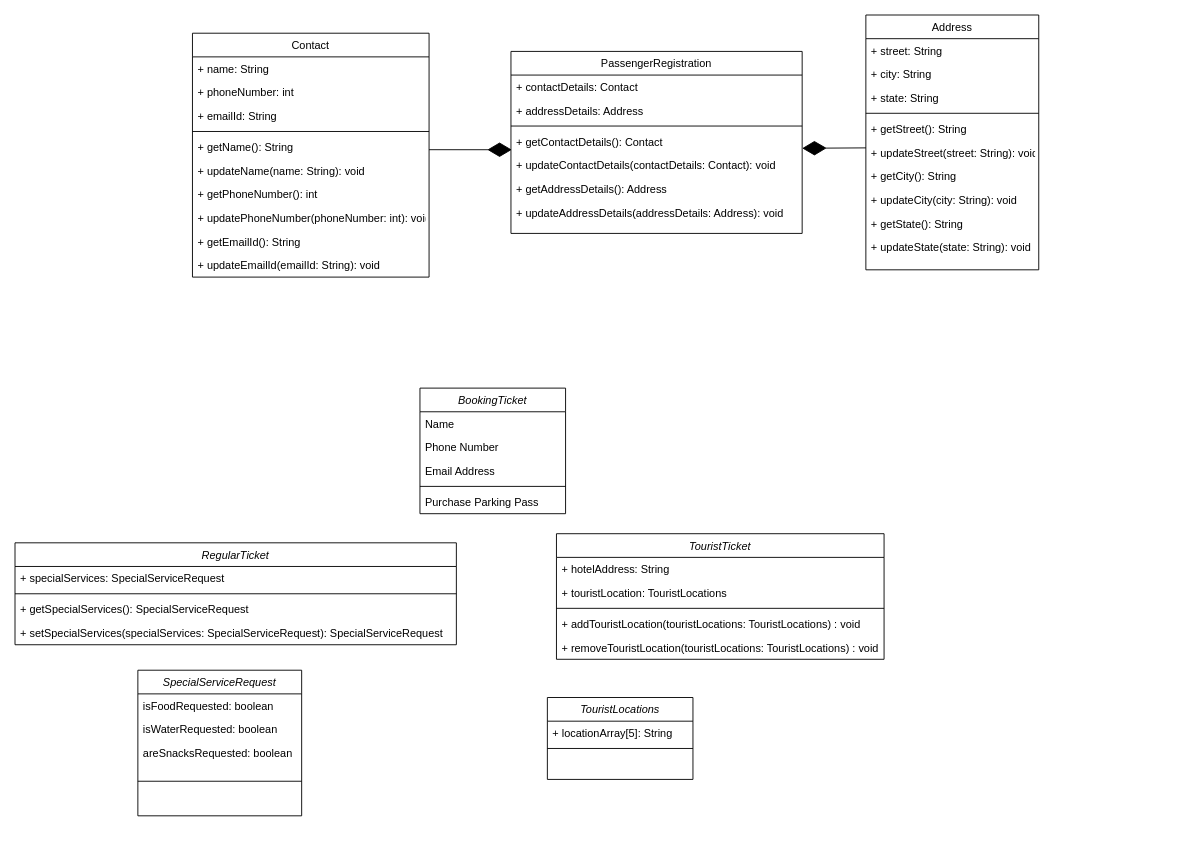
Before: Flight Reservation System.drawio in SaiArjunL/my_repo, a draw.io diagram. Source tidied: cells renumbered, new cells numbered last; positions are measured from the earlier drawing's top-left corner, leaving out a move shared by most shapes. Both pictures are drawn from the tidied source at 91%, with x=0, y=0 at pixel (15, 15).
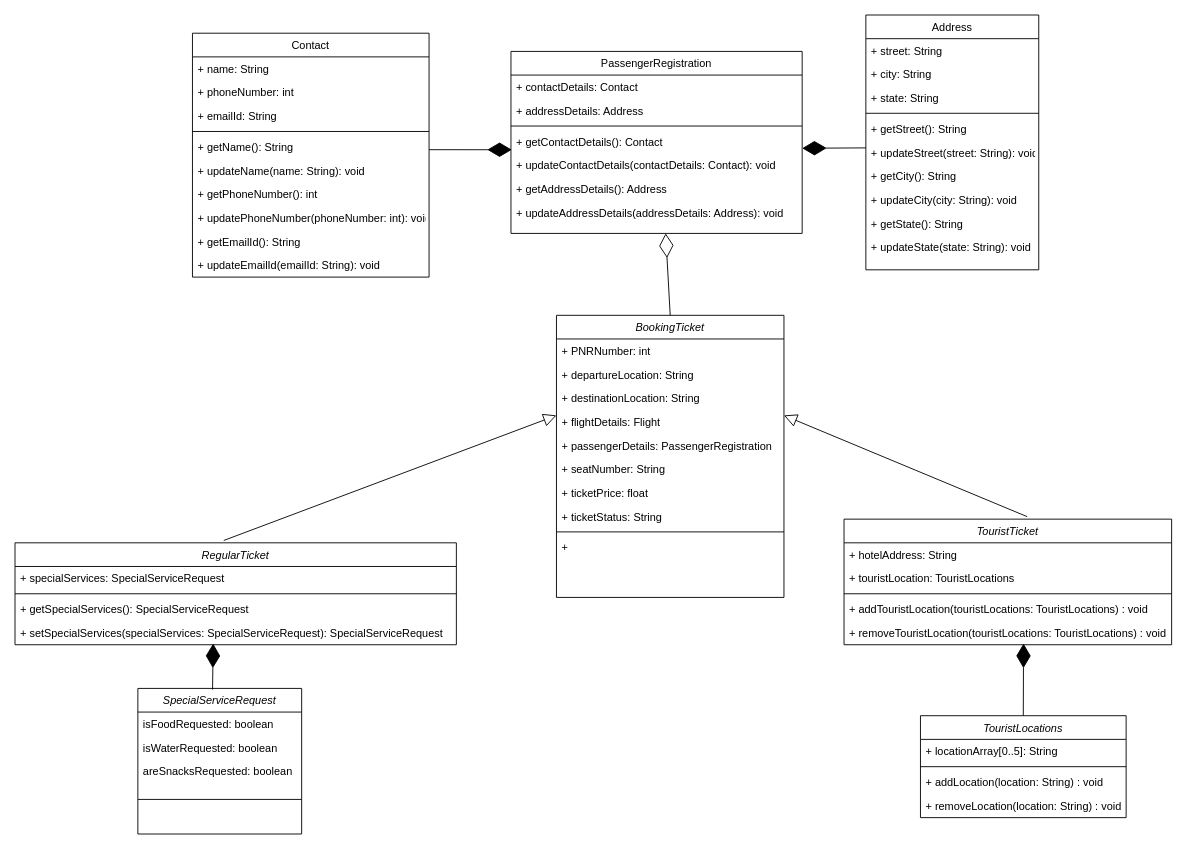
After the change.

Unchanged cells that the change refers to:
```xml
<mxCell id="25" value="RegularTicket" style="swimlane;fontStyle=2;align=center;verticalAlign=top;horizontal=1;startSize=26;rounded=0;shadow=0;strokeWidth=1;" parent="1" vertex="1">
  <mxGeometry y="580" width="485" height="112" as="geometry" />
</mxCell>
<mxCell id="29" value="+ setSpecialServices(specialServices: SpecialServiceRequest): SpecialServiceRequest " style="text;align=left;verticalAlign=top;spacingLeft=4;spacingRight=4;overflow=hidden;points=[[0,0.5],[1,0.5]];portConstraint=eastwest;" parent="25" vertex="1">
  <mxGeometry y="86" width="485" height="26" as="geometry" />
</mxCell>
<mxCell id="50" value="+ removeTouristLocation(touristLocations: TouristLocations) : void" style="text;align=left;verticalAlign=top;spacingLeft=4;spacingRight=4;overflow=hidden;points=[[0,0.5],[1,0.5]];portConstraint=eastwest;" parent="45" vertex="1">
  <mxGeometry y="112" width="360" height="26" as="geometry" />
</mxCell>
```

Diff of the diagram source:
```diff
@@
-    <mxCell id="39" value="BookingTicket" style="swimlane;fontStyle=2;align=center;verticalAlign=top;horizontal=1;startSize=26;rounded=0;shadow=0;strokeWidth=1;" parent="1" vertex="1">
-      <mxGeometry x="445" y="410" width="160" height="138" as="geometry" />
+    <mxCell id="39" value="TouristLocations" style="swimlane;fontStyle=2;align=center;verticalAlign=top;horizontal=1;startSize=26;rounded=0;shadow=0;strokeWidth=1;" parent="1" vertex="1">
+      <mxGeometry x="995" y="770" width="226" height="112" as="geometry" />
     </mxCell>
-    <mxCell id="40" value="Name" style="text;align=left;verticalAlign=top;spacingLeft=4;spacingRight=4;overflow=hidden;" parent="39" vertex="1">
-      <mxGeometry y="26" width="160" height="26" as="geometry" />
+    <mxCell id="40" value="+ locationArray[0..5]: String" style="text;align=left;verticalAlign=top;spacingLeft=4;spacingRight=4;overflow=hidden;" parent="39" vertex="1">
+      <mxGeometry y="26" width="226" height="26" as="geometry" />
     </mxCell>
-    <mxCell id="41" value="Phone Number" style="text;align=left;verticalAlign=top;spacingLeft=4;spacingRight=4;overflow=hidden;rounded=0;shadow=0;html=0;" parent="39" vertex="1">
-      <mxGeometry y="52" width="160" height="26" as="geometry" />
-    </mxCell>
-    <mxCell id="42" value="Email Address" style="text;align=left;verticalAlign=top;spacingLeft=4;spacingRight=4;overflow=hidden;rounded=0;shadow=0;html=0;" parent="39" vertex="1">
-      <mxGeometry y="78" width="160" height="26" as="geometry" />
-    </mxCell>
     <mxCell id="43" style="line;html=1;strokeWidth=1;align=left;verticalAlign=middle;spacingTop=-1;spacingLeft=3;spacingRight=3;labelPosition=right;" parent="39" vertex="1">
-      <mxGeometry y="104" width="160" height="8" as="geometry" />
+      <mxGeometry y="52" width="226" height="8" as="geometry" />
     </mxCell>
-    <mxCell id="44" value="Purchase Parking Pass" style="text;align=left;verticalAlign=top;spacingLeft=4;spacingRight=4;overflow=hidden;" parent="39" vertex="1">
-      <mxGeometry y="112" width="160" height="26" as="geometry" />
+    <mxCell id="44" value="+ addLocation(location: String) : void" style="text;align=left;verticalAlign=top;spacingLeft=4;spacingRight=4;overflow=hidden;" parent="39" vertex="1">
+      <mxGeometry y="60" width="226" height="26" as="geometry" />
     </mxCell>
+    <mxCell id="59" value="+ removeLocation(location: String) : void" style="text;align=left;verticalAlign=top;spacingLeft=4;spacingRight=4;overflow=hidden;" parent="39" vertex="1">
+      <mxGeometry y="86" width="226" height="26" as="geometry" />
+    </mxCell>
     <mxCell id="45" value="TouristTicket" style="swimlane;fontStyle=2;align=center;verticalAlign=top;horizontal=1;startSize=26;rounded=0;shadow=0;strokeWidth=1;" parent="1" vertex="1">
-      <mxGeometry x="595" y="570" width="360" height="138" as="geometry" />
+      <mxGeometry x="911" y="554" width="360" height="138" as="geometry" />
     </mxCell>
@@
     <mxCell id="51" value="SpecialServiceRequest" style="swimlane;fontStyle=2;align=center;verticalAlign=top;horizontal=1;startSize=26;rounded=0;shadow=0;strokeWidth=1;" parent="1" vertex="1">
-      <mxGeometry x="135" y="720" width="180" height="160" as="geometry" />
+      <mxGeometry x="135" y="740" width="180" height="160" as="geometry" />
     </mxCell>
@@
-    <mxCell id="56" value="TouristLocations" style="swimlane;fontStyle=2;align=center;verticalAlign=top;horizontal=1;startSize=26;rounded=0;shadow=0;strokeWidth=1;" parent="1" vertex="1">
-      <mxGeometry x="585" y="750" width="160" height="90" as="geometry" />
-    </mxCell>
-    <mxCell id="57" value="+ locationArray[5]: String" style="text;align=left;verticalAlign=top;spacingLeft=4;spacingRight=4;overflow=hidden;" parent="56" vertex="1">
-      <mxGeometry y="26" width="160" height="26" as="geometry" />
-    </mxCell>
-    <mxCell id="58" style="line;html=1;strokeWidth=1;align=left;verticalAlign=middle;spacingTop=-1;spacingLeft=3;spacingRight=3;labelPosition=right;" parent="56" vertex="1">
-      <mxGeometry y="52" width="160" height="8" as="geometry" />
-    </mxCell>
+    <mxCell id="60" value="BookingTicket" style="swimlane;fontStyle=2;align=center;verticalAlign=top;horizontal=1;startSize=26;rounded=0;shadow=0;strokeWidth=1;" parent="1" vertex="1">
+      <mxGeometry x="595" y="330" width="250" height="310" as="geometry" />
+    </mxCell>
+    <mxCell id="61" value="+ PNRNumber: int" style="text;align=left;verticalAlign=top;spacingLeft=4;spacingRight=4;overflow=hidden;" parent="60" vertex="1">
+      <mxGeometry y="26" width="250" height="26" as="geometry" />
+    </mxCell>
+    <mxCell id="62" value="+ departureLocation: String" style="text;align=left;verticalAlign=top;spacingLeft=4;spacingRight=4;overflow=hidden;rounded=0;shadow=0;html=0;" parent="60" vertex="1">
+      <mxGeometry y="52" width="250" height="26" as="geometry" />
+    </mxCell>
+    <mxCell id="63" value="+ destinationLocation: String" style="text;align=left;verticalAlign=top;spacingLeft=4;spacingRight=4;overflow=hidden;rounded=0;shadow=0;html=0;" parent="60" vertex="1">
+      <mxGeometry y="78" width="250" height="26" as="geometry" />
+    </mxCell>
+    <mxCell id="64" value="+ flightDetails: Flight" style="text;align=left;verticalAlign=top;spacingLeft=4;spacingRight=4;overflow=hidden;rounded=0;shadow=0;html=0;" parent="60" vertex="1">
+      <mxGeometry y="104" width="250" height="26" as="geometry" />
+    </mxCell>
+    <mxCell id="65" value="+ passengerDetails: PassengerRegistration" style="text;align=left;verticalAlign=top;spacingLeft=4;spacingRight=4;overflow=hidden;rounded=0;shadow=0;html=0;" parent="60" vertex="1">
+      <mxGeometry y="130" width="250" height="26" as="geometry" />
+    </mxCell>
+    <mxCell id="66" value="+ seatNumber: String" style="text;align=left;verticalAlign=top;spacingLeft=4;spacingRight=4;overflow=hidden;rounded=0;shadow=0;html=0;" parent="60" vertex="1">
+      <mxGeometry y="156" width="250" height="26" as="geometry" />
+    </mxCell>
+    <mxCell id="67" value="+ ticketPrice: float" style="text;align=left;verticalAlign=top;spacingLeft=4;spacingRight=4;overflow=hidden;rounded=0;shadow=0;html=0;" parent="60" vertex="1">
+      <mxGeometry y="182" width="250" height="26" as="geometry" />
+    </mxCell>
+    <mxCell id="68" value="+ ticketStatus: String" style="text;align=left;verticalAlign=top;spacingLeft=4;spacingRight=4;overflow=hidden;rounded=0;shadow=0;html=0;" parent="60" vertex="1">
+      <mxGeometry y="208" width="250" height="26" as="geometry" />
+    </mxCell>
+    <mxCell id="69" style="line;html=1;strokeWidth=1;align=left;verticalAlign=middle;spacingTop=-1;spacingLeft=3;spacingRight=3;labelPosition=right;" parent="60" vertex="1">
+      <mxGeometry y="234" width="250" height="8" as="geometry" />
+    </mxCell>
+    <mxCell id="70" value="+ " style="text;align=left;verticalAlign=top;spacingLeft=4;spacingRight=4;overflow=hidden;" parent="60" vertex="1">
+      <mxGeometry y="242" width="250" height="26" as="geometry" />
+    </mxCell>
+    <mxCell id="71" style="endArrow=diamondThin;endFill=1;endSize=24;html=1;exitX=0.5;exitY=0;exitDx=0;exitDy=0;entryX=0.548;entryY=0.952;entryDx=0;entryDy=0;entryPerimeter=0;" parent="1" edge="1" source="39" target="50">
+      <mxGeometry relative="1" as="geometry" />
+    </mxCell>
+    <mxCell id="72" style="endArrow=diamondThin;endFill=1;endSize=24;html=1;entryX=0.449;entryY=0.952;entryDx=0;entryDy=0;entryPerimeter=0;exitX=0.456;exitY=0.008;exitDx=0;exitDy=0;exitPerimeter=0;" parent="1" edge="1" source="51" target="29">
+      <mxGeometry relative="1" as="geometry" />
+    </mxCell>
+    <mxCell id="73" style="edgeStyle=none;html=1;endSize=12;endArrow=block;endFill=0;exitX=0.473;exitY=-0.023;exitDx=0;exitDy=0;exitPerimeter=0;" parent="1" edge="1" source="25">
+      <mxGeometry relative="1" as="geometry">
+        <mxPoint x="595" y="440" as="targetPoint" />
+      </mxGeometry>
+    </mxCell>
+    <mxCell id="74" style="edgeStyle=none;html=1;endSize=12;endArrow=block;endFill=0;exitX=0.559;exitY=-0.02;exitDx=0;exitDy=0;exitPerimeter=0;" parent="1" edge="1" source="45">
+      <mxGeometry relative="1" as="geometry">
+        <mxPoint x="845" y="440" as="targetPoint" />
+      </mxGeometry>
+    </mxCell>
+    <mxCell id="75" style="endArrow=diamondThin;endFill=0;endSize=24;html=1;exitX=0.5;exitY=0;exitDx=0;exitDy=0;" parent="1" edge="1" source="60">
+      <mxGeometry relative="1" as="geometry">
+        <mxPoint x="715" y="240" as="targetPoint" />
+      </mxGeometry>
+    </mxCell>
```
